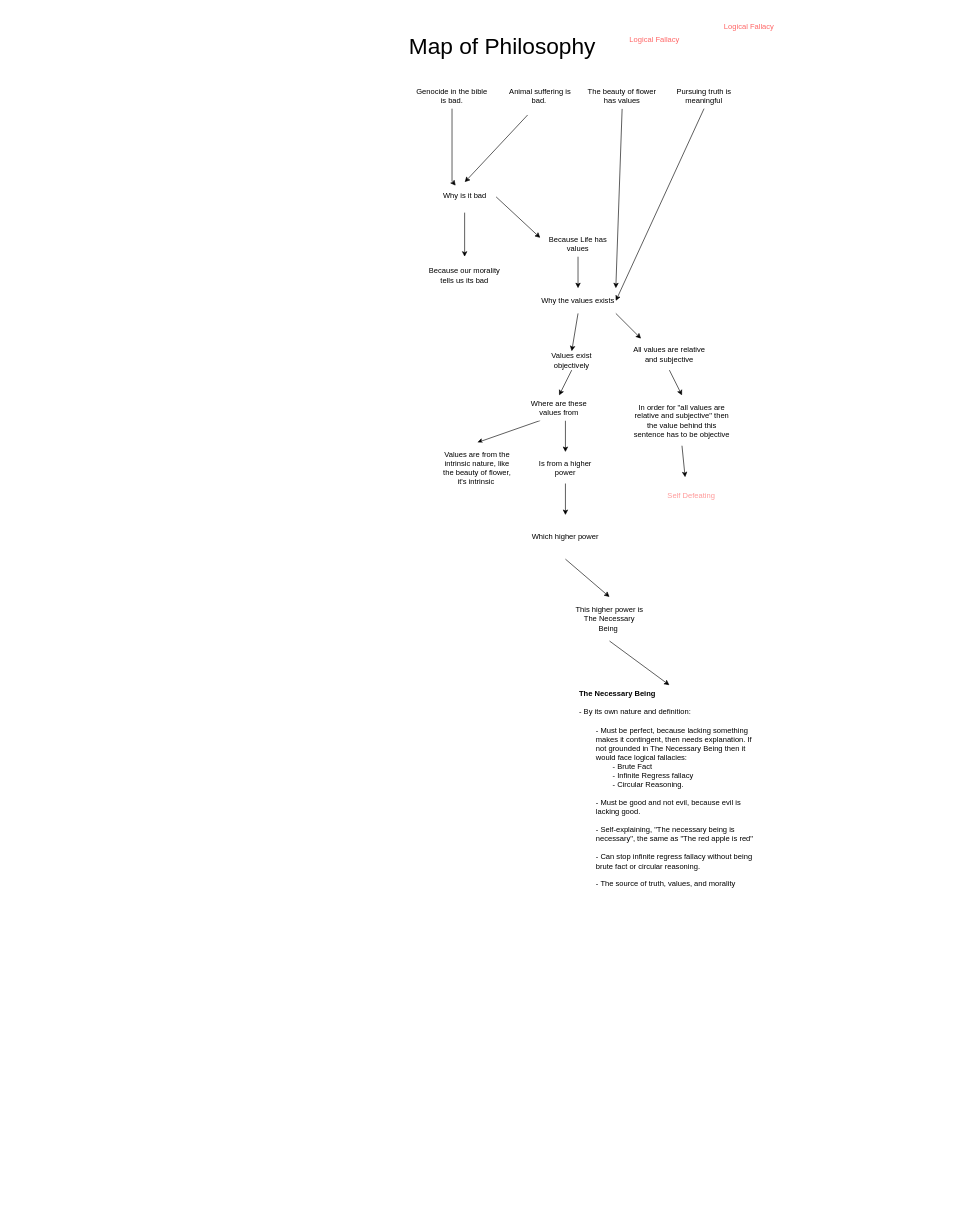
harryg02/Map-of-Philosophy keeps this draw.io diagram as draw.io/Foundations of Morality.drawio. Above is the earlier version. Source tidied: cells renumbered, new cells numbered last; positions are measured from the earlier drawing's top-left corner, leaving out a move shared by most shapes. Both pictures are drawn from the tidied source at 63%, with x=0, y=0 at pixel (370, 17).
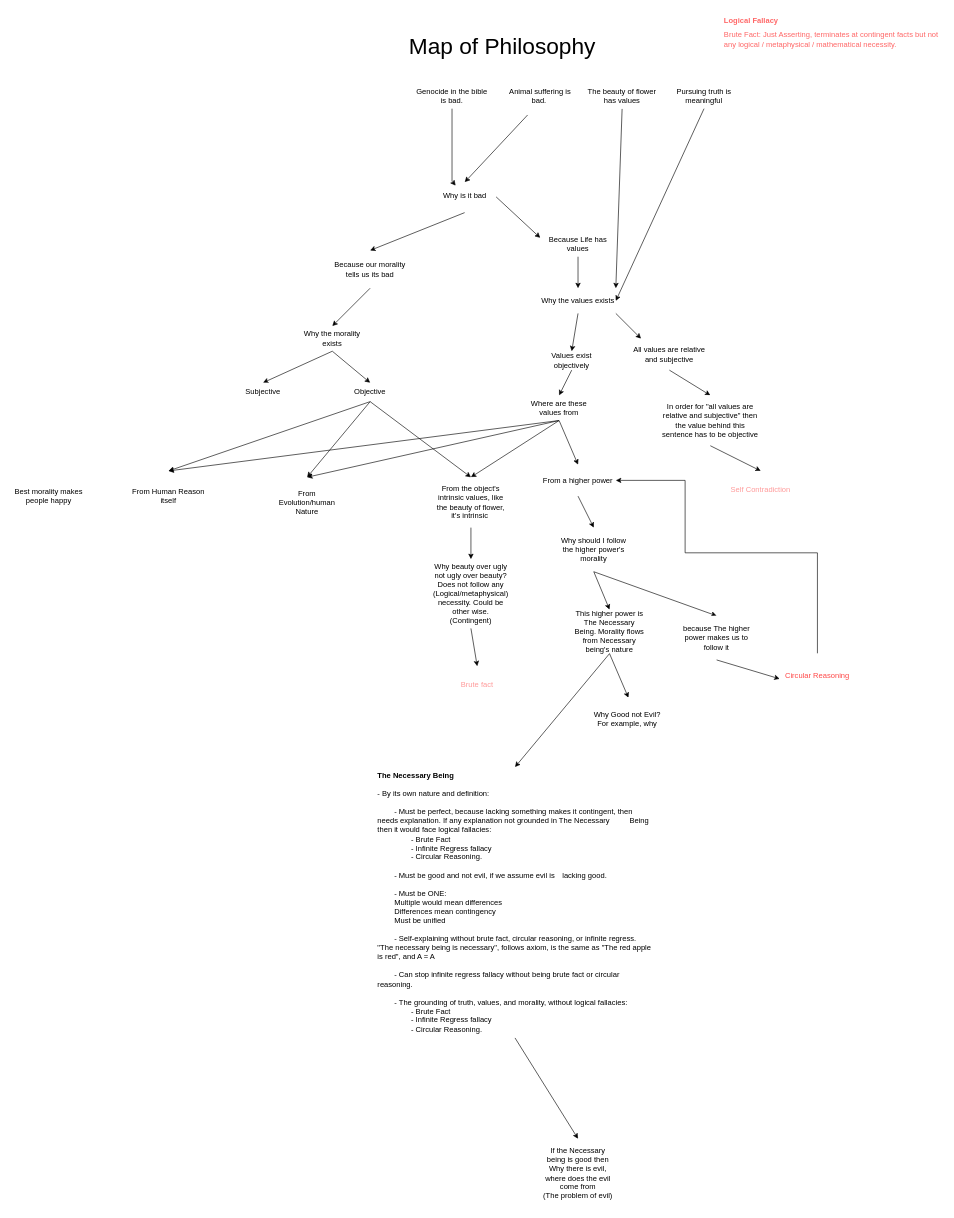
The same page after the edit.

Unchanged cells that the change refers to:
```xml
<mxCell id="31" value="Where are these values from" style="rounded=1;whiteSpace=wrap;html=1;fontSize=12;glass=0;strokeWidth=1;shadow=0;strokeColor=none;" parent="1" vertex="1">
  <mxGeometry x="240" y="600" width="120" height="40" as="geometry" />
</mxCell>
```

Change to the diagram source:
```diff
@@
     <mxCell id="3" value="Because our morality tells us its bad" style="rounded=1;whiteSpace=wrap;html=1;fontSize=12;glass=0;strokeWidth=1;shadow=0;strokeColor=none;" parent="1" vertex="1">
-      <mxGeometry x="90" y="380" width="120" height="60" as="geometry" />
+      <mxGeometry x="-60" y="370" width="120" height="60" as="geometry" />
     </mxCell>
@@
-    <mxCell id="8" value="Logical Fallacy" style="text;html=1;align=left;verticalAlign=middle;whiteSpace=wrap;rounded=0;fontColor=#FF6666;" parent="1" vertex="1">
-      <mxGeometry x="560" width="150" height="30" as="geometry" />
+    <mxCell id="8" value="Brute Fact: Just Asserting, terminates at contingent facts but not any logical / metaphysical / mathematical necessity.&amp;nbsp;" style="text;html=1;align=left;verticalAlign=middle;whiteSpace=wrap;rounded=0;fontColor=#FF6666;" parent="1" vertex="1">
+      <mxGeometry x="560" width="350" height="70" as="geometry" />
     </mxCell>
@@
     <mxCell id="20" value="In order for &quot;all values are relative and subjective&quot; then the value behind this sentence has to be objective" style="rounded=1;whiteSpace=wrap;html=1;fontSize=12;glass=0;strokeWidth=1;shadow=0;strokeColor=none;" parent="1" vertex="1">
-      <mxGeometry x="415" y="600" width="160" height="80" as="geometry" />
+      <mxGeometry x="460" y="600" width="160" height="80" as="geometry" />
     </mxCell>
-    <mxCell id="21" style="endArrow=classic;html=1;rounded=0;exitX=0.5;exitY=1;exitDx=0;exitDy=0;" parent="1" edge="1" source="20">
-      <mxGeometry relative="1" as="geometry">
-        <mxPoint x="500" y="730" as="targetPoint" />
-      </mxGeometry>
+    <mxCell id="21" style="endArrow=classic;html=1;rounded=0;exitX=0.5;exitY=1;exitDx=0;exitDy=0;entryX=0.5;entryY=0;entryDx=0;entryDy=0;" parent="1" edge="1" source="20" target="22">
+      <mxGeometry relative="1" as="geometry" />
     </mxCell>
-    <mxCell id="22" value="Self Defeating" style="rounded=1;whiteSpace=wrap;html=1;fontSize=12;glass=0;strokeWidth=1;shadow=0;strokeColor=none;fontColor=#FF9999;" parent="1" vertex="1">
-      <mxGeometry x="430" y="730" width="160" height="60" as="geometry" />
+    <mxCell id="22" value="Self Contradiction" style="rounded=1;whiteSpace=wrap;html=1;fontSize=12;glass=0;strokeWidth=1;shadow=0;strokeColor=none;fontColor=#FF9999;" parent="1" vertex="1">
+      <mxGeometry x="540" y="720" width="160" height="60" as="geometry" />
     </mxCell>
@@
-    <mxCell id="27" style="endArrow=classic;html=1;rounded=0;entryX=0.5;entryY=0;entryDx=0;entryDy=0;" parent="1" edge="1" target="28">
-      <mxGeometry relative="1" as="geometry">
-        <mxPoint x="310" y="640" as="sourcePoint" />
-      </mxGeometry>
+    <mxCell id="27" style="endArrow=classic;html=1;rounded=0;entryX=0.5;entryY=0;entryDx=0;entryDy=0;exitX=0.5;exitY=1;exitDx=0;exitDy=0;" parent="1" edge="1" source="31" target="28">
+      <mxGeometry relative="1" as="geometry" />
     </mxCell>
-    <mxCell id="28" value="Is from a higher power" style="rounded=1;whiteSpace=wrap;html=1;fontSize=12;glass=0;strokeWidth=1;shadow=0;strokeColor=none;" parent="1" vertex="1">
-      <mxGeometry x="250" y="690" width="120" height="50" as="geometry" />
+    <mxCell id="28" value="From a higher power" style="rounded=1;whiteSpace=wrap;html=1;fontSize=12;glass=0;strokeWidth=1;shadow=0;strokeColor=none;" parent="1" vertex="1">
+      <mxGeometry x="270" y="710" width="120" height="50" as="geometry" />
     </mxCell>
-    <mxCell id="29" style="endArrow=classic;html=1;rounded=0;entryX=0.5;entryY=0;entryDx=0;entryDy=0;exitX=0.25;exitY=1;exitDx=0;exitDy=0;" parent="1" edge="1" source="31" target="30">
+    <mxCell id="29" style="endArrow=classic;html=1;rounded=0;entryX=0.5;entryY=0;entryDx=0;entryDy=0;exitX=0.5;exitY=1;exitDx=0;exitDy=0;" parent="1" edge="1" source="31" target="30">
       <mxGeometry relative="1" as="geometry" />
     </mxCell>
-    <mxCell id="30" value="Values are from the intrinsic nature, like the beauty of flower, it's intrinsic&amp;nbsp;" style="rounded=1;whiteSpace=wrap;html=1;fontSize=12;glass=0;strokeWidth=1;shadow=0;strokeColor=none;" parent="1" vertex="1">
-      <mxGeometry x="110" y="675" width="120" height="80" as="geometry" />
+    <mxCell id="30" value="From the object's intrinsic values, like the beauty of flower, it's intrinsic&amp;nbsp;" style="rounded=1;whiteSpace=wrap;html=1;fontSize=12;glass=0;strokeWidth=1;shadow=0;strokeColor=none;" parent="1" vertex="1">
+      <mxGeometry x="100" y="730" width="120" height="80" as="geometry" />
     </mxCell>
@@
-    <mxCell id="33" style="endArrow=classic;html=1;rounded=0;exitX=0.5;exitY=1;exitDx=0;exitDy=0;" parent="1" edge="1" source="28">
-      <mxGeometry relative="1" as="geometry">
-        <mxPoint x="310" y="790" as="targetPoint" />
-        <Array as="points">
-          <mxPoint x="310" y="790" />
-        </Array>
-      </mxGeometry>
-    </mxCell>
-    <mxCell id="34" value="This higher power is The Necessary Being&amp;nbsp;" style="rounded=1;whiteSpace=wrap;html=1;fontSize=12;glass=0;strokeWidth=1;shadow=0;strokeColor=none;" parent="1" vertex="1">
-      <mxGeometry x="320" y="920" width="120" height="70" as="geometry" />
+    <mxCell id="34" value="This higher power is The Necessary Being.&amp;nbsp;Morality flows from Necessary being's nature" style="rounded=1;whiteSpace=wrap;html=1;fontSize=12;glass=0;strokeWidth=1;shadow=0;strokeColor=none;" parent="1" vertex="1">
+      <mxGeometry x="320" y="940" width="120" height="70" as="geometry" />
     </mxCell>
-    <mxCell id="35" value="Which higher power" style="rounded=1;whiteSpace=wrap;html=1;fontSize=12;glass=0;strokeWidth=1;shadow=0;strokeColor=none;" parent="1" vertex="1">
-      <mxGeometry x="250" y="790" width="120" height="70" as="geometry" />
+    <mxCell id="35" value="Why should I follow the higher power's morality" style="rounded=1;whiteSpace=wrap;html=1;fontSize=12;glass=0;strokeWidth=1;shadow=0;strokeColor=none;" parent="1" vertex="1">
+      <mxGeometry x="295" y="810" width="120" height="70" as="geometry" />
     </mxCell>
@@
-    <mxCell id="37" value="&lt;b&gt;The Necessary Being&lt;/b&gt;&lt;div&gt;&lt;br&gt;&lt;/div&gt;&lt;div&gt;- By its own nature and definition:&lt;/div&gt;&lt;div&gt;&lt;br&gt;&lt;/div&gt;&lt;div&gt;&lt;span style=&quot;background-color: initial;&quot;&gt;&lt;span style=&quot;white-space: pre;&quot;&gt;&#9;&lt;/span&gt;- Must be perfect, because lacking something &lt;span style=&quot;white-space: pre;&quot;&gt;&#9;&lt;/span&gt;makes it contingent, then needs explanation. If &lt;span style=&quot;white-space: pre;&quot;&gt;&#9;&lt;/span&gt;not grounded in The Necessary Being then it &lt;span style=&quot;white-space: pre;&quot;&gt;&#9;&lt;/span&gt;would face logical fallacies:&amp;nbsp;&lt;/span&gt;&lt;/div&gt;&lt;div&gt;&lt;span style=&quot;background-color: initial;&quot;&gt;&lt;span style=&quot;white-space: pre;&quot;&gt;&#9;&lt;/span&gt;&lt;span style=&quot;white-space: pre;&quot;&gt;&#9;&lt;/span&gt;- Brute Fact&lt;br&gt;&lt;/span&gt;&lt;/div&gt;&lt;div&gt;&lt;span style=&quot;background-color: initial;&quot;&gt;&lt;span style=&quot;white-space: pre;&quot;&gt;&#9;&lt;/span&gt;&lt;span style=&quot;white-space: pre;&quot;&gt;&#9;&lt;/span&gt;- Infinite Regress fallacy&lt;br&gt;&lt;/span&gt;&lt;/div&gt;&lt;div&gt;&lt;span style=&quot;background-color: initial;&quot;&gt;&lt;span style=&quot;white-space: pre;&quot;&gt;&#9;&lt;/span&gt;&lt;span style=&quot;white-space: pre;&quot;&gt;&#9;&lt;/span&gt;- Circular Reasoning.&amp;nbsp;&lt;br&gt;&lt;/span&gt;&lt;/div&gt;&lt;div&gt;&lt;span style=&quot;background-color: initial;&quot;&gt;&lt;br&gt;&lt;/span&gt;&lt;/div&gt;&lt;div&gt;&lt;span style=&quot;background-color: initial;&quot;&gt;&lt;span style=&quot;white-space: pre;&quot;&gt;&#9;&lt;/span&gt;- Must be good and not evil, because evil is &lt;span style=&quot;white-space: pre;&quot;&gt;&#9;&lt;/span&gt;lacking good.&amp;nbsp;&lt;/span&gt;&lt;/div&gt;&lt;div&gt;&lt;span style=&quot;background-color: initial;&quot;&gt;&lt;br&gt;&lt;/span&gt;&lt;/div&gt;&lt;div&gt;&lt;span style=&quot;background-color: initial;&quot;&gt;&lt;span style=&quot;white-space: pre;&quot;&gt;&#9;&lt;/span&gt;- Self-explaining, &quot;The necessary being is &lt;span style=&quot;white-space: pre;&quot;&gt;&#9;&lt;/span&gt;necessary&quot;, the same as &quot;The red apple is red&quot;&lt;/span&gt;&lt;/div&gt;&lt;div&gt;&lt;span style=&quot;background-color: initial;&quot;&gt;&lt;br&gt;&lt;/span&gt;&lt;/div&gt;&lt;div&gt;&lt;span style=&quot;background-color: initial;&quot;&gt;&lt;span style=&quot;white-space: pre;&quot;&gt;&#9;&lt;/span&gt;- Can stop infinite regress fallacy without being &lt;span style=&quot;white-space: pre;&quot;&gt;&#9;&lt;/span&gt;brute fact&amp;nbsp;or circular reasoning.&amp;nbsp;&lt;/span&gt;&lt;/div&gt;&lt;div&gt;&lt;span style=&quot;background-color: initial;&quot;&gt;&lt;br&gt;&lt;/span&gt;&lt;/div&gt;&lt;div&gt;&lt;span style=&quot;background-color: initial;&quot;&gt;&lt;span style=&quot;white-space: pre;&quot;&gt;&#9;&lt;/span&gt;-&amp;nbsp;&lt;/span&gt;&lt;span style=&quot;background-color: initial;&quot;&gt;The source of truth, values, and morality&lt;/span&gt;&lt;/div&gt;" style="rounded=1;whiteSpace=wrap;html=1;fontSize=12;glass=0;strokeWidth=1;shadow=0;strokeColor=none;align=left;" parent="1" vertex="1">
-      <mxGeometry x="330" y="1060" width="290" height="330" as="geometry" />
+    <mxCell id="37" value="&lt;b&gt;The Necessary Being&lt;/b&gt;&lt;div&gt;&lt;br&gt;&lt;/div&gt;&lt;div&gt;- By its own nature and definition:&lt;/div&gt;&lt;div&gt;&lt;br&gt;&lt;/div&gt;&lt;div&gt;&lt;span style=&quot;background-color: initial;&quot;&gt;&lt;span style=&quot;white-space: pre;&quot;&gt;&#9;&lt;/span&gt;- Must be perfect, because lacking something makes it contingent, then needs explanation. If any explanation&amp;nbsp;not grounded in The Necessary &lt;span style=&quot;white-space: pre;&quot;&gt;&#9;&lt;/span&gt;Being then it would face logical fallacies:&amp;nbsp;&lt;/span&gt;&lt;/div&gt;&lt;div&gt;&lt;span style=&quot;background-color: initial;&quot;&gt;&lt;span style=&quot;white-space: pre;&quot;&gt;&#9;&lt;/span&gt;&lt;span style=&quot;white-space: pre;&quot;&gt;&#9;&lt;/span&gt;- Brute Fact&lt;br&gt;&lt;/span&gt;&lt;/div&gt;&lt;div&gt;&lt;span style=&quot;background-color: initial;&quot;&gt;&lt;span style=&quot;white-space: pre;&quot;&gt;&#9;&lt;/span&gt;&lt;span style=&quot;white-space: pre;&quot;&gt;&#9;&lt;/span&gt;- Infinite Regress fallacy&lt;br&gt;&lt;/span&gt;&lt;/div&gt;&lt;div&gt;&lt;span style=&quot;background-color: initial;&quot;&gt;&lt;span style=&quot;white-space: pre;&quot;&gt;&#9;&lt;/span&gt;&lt;span style=&quot;white-space: pre;&quot;&gt;&#9;&lt;/span&gt;- Circular Reasoning.&amp;nbsp;&lt;br&gt;&lt;/span&gt;&lt;/div&gt;&lt;div&gt;&lt;span style=&quot;background-color: initial;&quot;&gt;&lt;br&gt;&lt;/span&gt;&lt;/div&gt;&lt;div&gt;&lt;span style=&quot;background-color: initial;&quot;&gt;&lt;span style=&quot;white-space: pre;&quot;&gt;&#9;&lt;/span&gt;- Must be good and not evil, if we assume evil is &lt;span style=&quot;white-space: pre;&quot;&gt;&#9;&lt;/span&gt;lacking good.&amp;nbsp;&lt;/span&gt;&lt;/div&gt;&lt;div&gt;&lt;span style=&quot;background-color: initial;&quot;&gt;&lt;br&gt;&lt;/span&gt;&lt;/div&gt;&lt;div&gt;&lt;span style=&quot;background-color: initial;&quot;&gt;&lt;span style=&quot;white-space: pre;&quot;&gt;&#9;&lt;/span&gt;-&amp;nbsp;&lt;/span&gt;&lt;span style=&quot;background-color: initial;&quot;&gt;Must be ONE:&lt;/span&gt;&lt;/div&gt;&lt;div&gt;&lt;span style=&quot;background-color: initial;&quot;&gt;&lt;span style=&quot;white-space: pre;&quot;&gt;&#9;&lt;/span&gt;Multiple would mean differences&lt;/span&gt;&lt;/div&gt;&lt;div&gt;&lt;span style=&quot;background-color: initial;&quot;&gt;&lt;span style=&quot;white-space: pre;&quot;&gt;&#9;&lt;/span&gt;Differences mean contingency&lt;/span&gt;&lt;/div&gt;&lt;div&gt;&lt;span style=&quot;background-color: initial;&quot;&gt;&lt;span style=&quot;white-space: pre;&quot;&gt;&#9;&lt;/span&gt;Must be unified&lt;/span&gt;&lt;/div&gt;&lt;div&gt;&lt;span style=&quot;background-color: initial;&quot;&gt;&lt;br&gt;&lt;/span&gt;&lt;/div&gt;&lt;div&gt;&lt;span style=&quot;background-color: initial;&quot;&gt;&lt;span style=&quot;white-space: pre;&quot;&gt;&#9;&lt;/span&gt;- Self-explaining without brute fact, circular reasoning, or infinite regress.&amp;nbsp; &quot;The necessary being is necessary&quot;, follows axiom, is the same as &quot;The red apple is red&quot;, and A = A&lt;/span&gt;&lt;/div&gt;&lt;div&gt;&lt;span style=&quot;background-color: initial;&quot;&gt;&lt;br&gt;&lt;/span&gt;&lt;/div&gt;&lt;div&gt;&lt;span style=&quot;background-color: initial;&quot;&gt;&lt;span style=&quot;white-space: pre;&quot;&gt;&#9;&lt;/span&gt;- Can stop infinite regress fallacy without being brute fact&amp;nbsp;or circular reasoning.&amp;nbsp;&lt;/span&gt;&lt;/div&gt;&lt;div&gt;&lt;span style=&quot;background-color: initial;&quot;&gt;&lt;br&gt;&lt;/span&gt;&lt;/div&gt;&lt;div&gt;&lt;span style=&quot;background-color: initial;&quot;&gt;&lt;span style=&quot;white-space: pre;&quot;&gt;&#9;&lt;/span&gt;-&amp;nbsp;&lt;/span&gt;&lt;span style=&quot;background-color: initial;&quot;&gt;The grounding of truth, values, and morality, without&amp;nbsp;&lt;/span&gt;&lt;span style=&quot;background-color: initial;&quot;&gt;logical fallacies:&amp;nbsp;&lt;/span&gt;&lt;/div&gt;&lt;div&gt;&lt;span style=&quot;background-color: initial;&quot;&gt;&lt;span style=&quot;white-space: pre;&quot;&gt;&#9;&lt;/span&gt;&lt;span style=&quot;white-space: pre;&quot;&gt;&#9;&lt;/span&gt;- Brute Fact&lt;br&gt;&lt;/span&gt;&lt;/div&gt;&lt;div&gt;&lt;span style=&quot;background-color: initial;&quot;&gt;&lt;span style=&quot;white-space: pre;&quot;&gt;&#9;&lt;/span&gt;&lt;span style=&quot;white-space: pre;&quot;&gt;&#9;&lt;/span&gt;- Infinite Regress fallacy&lt;br&gt;&lt;/span&gt;&lt;/div&gt;&lt;div&gt;&lt;span style=&quot;background-color: initial;&quot;&gt;&lt;span style=&quot;white-space: pre;&quot;&gt;&#9;&lt;/span&gt;&lt;span style=&quot;white-space: pre;&quot;&gt;&#9;&lt;/span&gt;- Circular Reasoning.&amp;nbsp;&lt;/span&gt;&lt;/div&gt;" style="rounded=1;whiteSpace=wrap;html=1;fontSize=12;glass=0;strokeWidth=1;shadow=0;strokeColor=none;align=left;" parent="1" vertex="1">
+      <mxGeometry x="10" y="1190" width="440" height="430" as="geometry" />
     </mxCell>
@@
-    <mxCell id="39" value="Logical Fallacy" style="text;html=1;align=left;verticalAlign=middle;whiteSpace=wrap;rounded=0;fontColor=#FF6666;" parent="1" vertex="1">
-      <mxGeometry x="410" y="20" width="150" height="30" as="geometry" />
+    <mxCell id="39" value="Logical Fallacy" style="text;html=1;align=left;verticalAlign=middle;whiteSpace=wrap;rounded=0;fontColor=#FF6666;fontStyle=1;" parent="1" vertex="1">
+      <mxGeometry x="560" y="-10" width="150" height="30" as="geometry" />
     </mxCell>
+    <mxCell id="40" value="&lt;div&gt;If the Necessary being is good then&lt;/div&gt;Why there is evil, where does the evil come from&lt;div&gt;(The problem of evil)&lt;/div&gt;" style="rounded=1;whiteSpace=wrap;html=1;fontSize=12;glass=0;strokeWidth=1;shadow=0;strokeColor=none;" parent="1" vertex="1">
+      <mxGeometry x="270" y="1780" width="120" height="110" as="geometry" />
+    </mxCell>
+    <mxCell id="41" style="endArrow=classic;html=1;rounded=0;exitX=0.5;exitY=1;exitDx=0;exitDy=0;entryX=0.5;entryY=0;entryDx=0;entryDy=0;" parent="1" edge="1" source="37" target="40">
+      <mxGeometry relative="1" as="geometry" />
+    </mxCell>
+    <mxCell id="42" style="endArrow=classic;html=1;rounded=0;exitX=0.5;exitY=1;exitDx=0;exitDy=0;entryX=0.5;entryY=0;entryDx=0;entryDy=0;" parent="1" edge="1" source="30" target="43">
+      <mxGeometry relative="1" as="geometry" />
+    </mxCell>
+    <mxCell id="43" value="Why beauty over ugly not ugly over beauty? Does not follow any (Logical/metaphysical) necessity. Could be other wise. (Contingent)" style="rounded=1;whiteSpace=wrap;html=1;fontSize=12;glass=0;strokeWidth=1;shadow=0;strokeColor=none;" parent="1" vertex="1">
+      <mxGeometry x="100" y="860" width="120" height="110" as="geometry" />
+    </mxCell>
+    <mxCell id="44" value="Brute fact" style="rounded=1;whiteSpace=wrap;html=1;fontSize=12;glass=0;strokeWidth=1;shadow=0;strokeColor=none;fontColor=#FF9999;" parent="1" vertex="1">
+      <mxGeometry x="90" y="1030" width="160" height="60" as="geometry" />
+    </mxCell>
+    <mxCell id="45" style="endArrow=classic;html=1;rounded=0;exitX=0.5;exitY=1;exitDx=0;exitDy=0;entryX=0.5;entryY=0;entryDx=0;entryDy=0;" parent="1" edge="1" source="43" target="44">
+      <mxGeometry relative="1" as="geometry" />
+    </mxCell>
+    <mxCell id="46" value="Why the morality exists" style="rounded=1;whiteSpace=wrap;html=1;fontSize=12;glass=0;strokeWidth=1;shadow=0;strokeColor=none;" parent="1" vertex="1">
+      <mxGeometry x="-120" y="490" width="120" height="40" as="geometry" />
+    </mxCell>
+    <mxCell id="47" value="From Evolution/human Nature" style="rounded=1;whiteSpace=wrap;html=1;fontSize=12;glass=0;strokeWidth=1;shadow=0;strokeColor=none;" parent="1" vertex="1">
+      <mxGeometry x="-160" y="730" width="120" height="80" as="geometry" />
+    </mxCell>
+    <mxCell id="48" value="From Human Reason itself" style="rounded=1;whiteSpace=wrap;html=1;fontSize=12;glass=0;strokeWidth=1;shadow=0;strokeColor=none;" parent="1" vertex="1">
+      <mxGeometry x="-380" y="720" width="120" height="80" as="geometry" />
+    </mxCell>
+    <mxCell id="49" style="endArrow=classic;html=1;rounded=0;exitX=0.5;exitY=1;exitDx=0;exitDy=0;entryX=0.5;entryY=0;entryDx=0;entryDy=0;" parent="1" edge="1" source="3" target="46">
+      <mxGeometry relative="1" as="geometry" />
+    </mxCell>
+    <mxCell id="50" style="endArrow=classic;html=1;rounded=0;exitX=0.5;exitY=1;exitDx=0;exitDy=0;entryX=0.5;entryY=0;entryDx=0;entryDy=0;" parent="1" edge="1" source="46" target="51">
+      <mxGeometry relative="1" as="geometry" />
+    </mxCell>
+    <mxCell id="51" value="Subjective" style="rounded=1;whiteSpace=wrap;html=1;fontSize=12;glass=0;strokeWidth=1;shadow=0;strokeColor=none;" parent="1" vertex="1">
+      <mxGeometry x="-230" y="580" width="120" height="30" as="geometry" />
+    </mxCell>
+    <mxCell id="52" value="Objective" style="rounded=1;whiteSpace=wrap;html=1;fontSize=12;glass=0;strokeWidth=1;shadow=0;strokeColor=none;" parent="1" vertex="1">
+      <mxGeometry x="-60" y="580" width="120" height="30" as="geometry" />
+    </mxCell>
+    <mxCell id="53" style="endArrow=classic;html=1;rounded=0;exitX=0.5;exitY=1;exitDx=0;exitDy=0;entryX=0.5;entryY=0;entryDx=0;entryDy=0;" parent="1" edge="1" source="46" target="52">
+      <mxGeometry relative="1" as="geometry" />
+    </mxCell>
+    <mxCell id="54" style="endArrow=classic;html=1;rounded=0;exitX=0.5;exitY=1;exitDx=0;exitDy=0;entryX=0.5;entryY=0;entryDx=0;entryDy=0;" parent="1" edge="1" source="52" target="47">
+      <mxGeometry relative="1" as="geometry" />
+    </mxCell>
+    <mxCell id="55" style="endArrow=classic;html=1;rounded=0;exitX=0.5;exitY=1;exitDx=0;exitDy=0;entryX=0.5;entryY=0;entryDx=0;entryDy=0;" parent="1" edge="1" source="28" target="35">
+      <mxGeometry relative="1" as="geometry" />
+    </mxCell>
+    <mxCell id="56" style="endArrow=classic;html=1;rounded=0;exitX=0.5;exitY=1;exitDx=0;exitDy=0;entryX=0.5;entryY=0;entryDx=0;entryDy=0;" parent="1" edge="1" source="52" target="48">
+      <mxGeometry relative="1" as="geometry" />
+    </mxCell>
+    <mxCell id="57" style="endArrow=classic;html=1;rounded=0;exitX=0.5;exitY=1;exitDx=0;exitDy=0;entryX=0.5;entryY=0;entryDx=0;entryDy=0;" parent="1" edge="1" source="31" target="48">
+      <mxGeometry relative="1" as="geometry" />
+    </mxCell>
+    <mxCell id="58" style="endArrow=classic;html=1;rounded=0;exitX=0.5;exitY=1;exitDx=0;exitDy=0;entryX=0.5;entryY=0;entryDx=0;entryDy=0;" parent="1" edge="1" source="31" target="47">
+      <mxGeometry relative="1" as="geometry" />
+    </mxCell>
+    <mxCell id="59" style="endArrow=classic;html=1;rounded=0;entryX=0.5;entryY=0;entryDx=0;entryDy=0;" parent="1" edge="1" target="30">
+      <mxGeometry relative="1" as="geometry">
+        <mxPoint y="610" as="sourcePoint" />
+      </mxGeometry>
+    </mxCell>
+    <mxCell id="60" style="endArrow=classic;html=1;rounded=0;exitX=0.5;exitY=1;exitDx=0;exitDy=0;entryX=0.5;entryY=0;entryDx=0;entryDy=0;" parent="1" edge="1" source="35" target="61">
+      <mxGeometry relative="1" as="geometry" />
+    </mxCell>
+    <mxCell id="61" value="because The higher power makes us to follow it" style="rounded=1;whiteSpace=wrap;html=1;fontSize=12;glass=0;strokeWidth=1;shadow=0;strokeColor=none;" parent="1" vertex="1">
+      <mxGeometry x="490" y="950" width="120" height="70" as="geometry" />
+    </mxCell>
+    <mxCell id="62" style="endArrow=classic;html=1;rounded=0;exitX=0.5;exitY=1;exitDx=0;exitDy=0;" parent="1" edge="1" source="61">
+      <mxGeometry relative="1" as="geometry">
+        <mxPoint x="650" y="1050" as="targetPoint" />
+      </mxGeometry>
+    </mxCell>
+    <mxCell id="63" style="edgeStyle=orthogonalEdgeStyle;rounded=0;jettySize=auto;html=1;entryX=1;entryY=0.5;entryDx=0;entryDy=0;" parent="1" edge="1" source="64" target="28">
+      <mxGeometry relative="1" as="geometry">
+        <Array as="points">
+          <mxPoint x="710" y="850" />
+          <mxPoint x="500" y="850" />
+          <mxPoint x="500" y="735" />
+        </Array>
+      </mxGeometry>
+    </mxCell>
+    <mxCell id="64" value="&lt;font color=&quot;#ff4747&quot;&gt;Circular Reasoning&lt;/font&gt;" style="rounded=1;whiteSpace=wrap;html=1;fontSize=12;glass=0;strokeWidth=1;shadow=0;strokeColor=none;" parent="1" vertex="1">
+      <mxGeometry x="650" y="1010" width="120" height="70" as="geometry" />
+    </mxCell>
+    <mxCell id="65" value="Best morality makes people happy" style="rounded=1;whiteSpace=wrap;html=1;fontSize=12;glass=0;strokeWidth=1;shadow=0;strokeColor=none;" parent="1" vertex="1">
+      <mxGeometry x="-570" y="720" width="120" height="80" as="geometry" />
+    </mxCell>
+    <mxCell id="66" style="endArrow=classic;html=1;rounded=0;exitX=0.5;exitY=1;exitDx=0;exitDy=0;" parent="1" edge="1" source="34">
+      <mxGeometry relative="1" as="geometry">
+        <mxPoint x="410" y="1080" as="targetPoint" />
+      </mxGeometry>
+    </mxCell>
+    <mxCell id="67" value="Why Good not Evil?&amp;nbsp;&lt;br&gt;For example, why&amp;nbsp;" style="rounded=1;whiteSpace=wrap;html=1;fontSize=12;glass=0;strokeWidth=1;shadow=0;strokeColor=none;" parent="1" vertex="1">
+      <mxGeometry x="350" y="1079" width="120" height="70" as="geometry" />
+    </mxCell>
```
